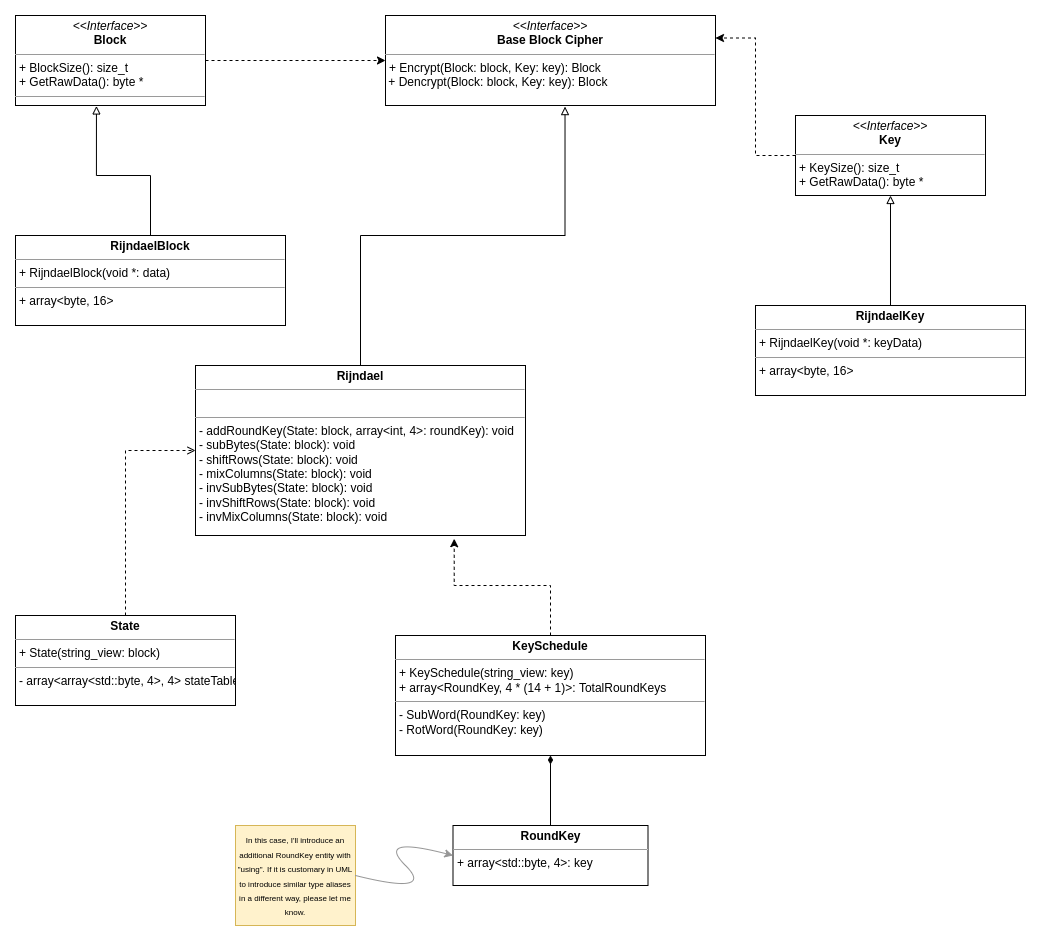
Before: arch/AES_UML.png, a diagram exported from draw.io (dunaitseva/AES). Source tidied: cells renumbered, new cells last; positions are measured from the earlier drawing's top-left corner, leaving out a move shared by most shapes.
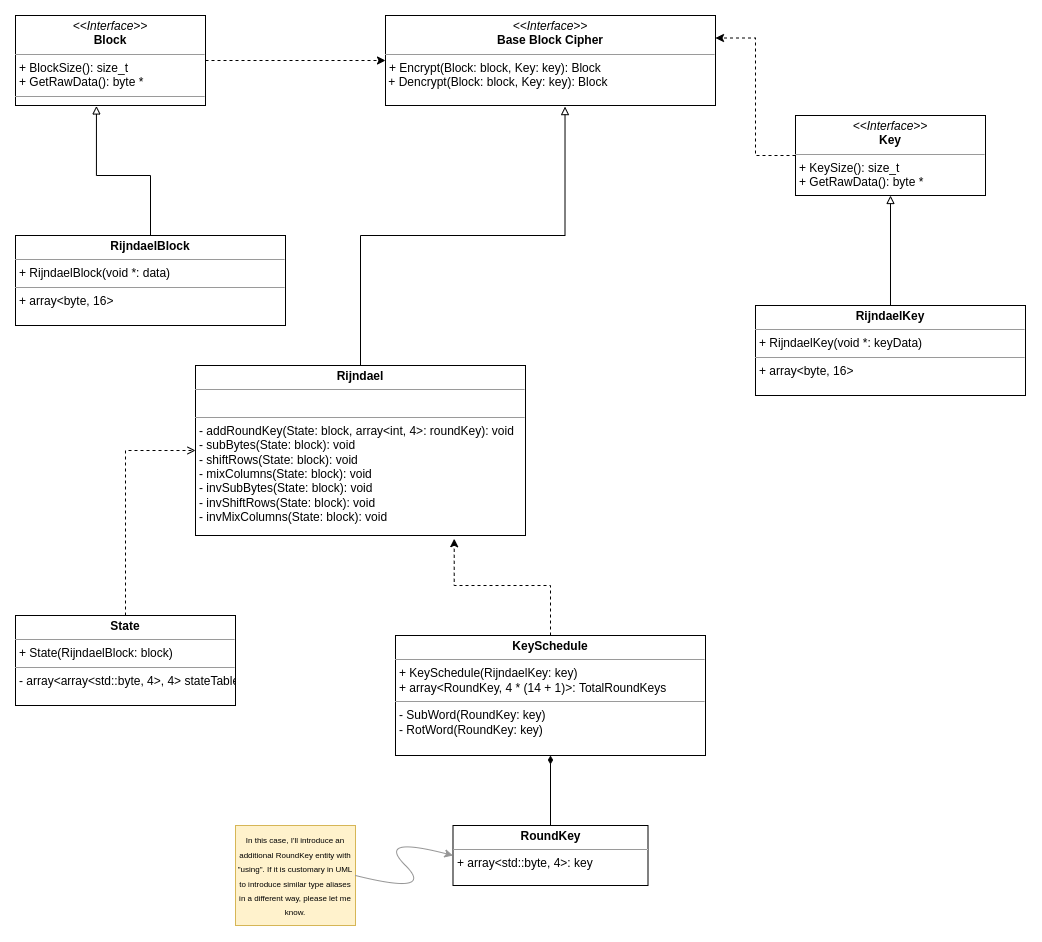
Above is the later version.

Commit message:
Fixed mistakes on UML

Diff of the diagram source:
```diff
@@ -14,13 +14,13 @@
     <mxCell id="5" style="edgeStyle=orthogonalEdgeStyle;rounded=0;jettySize=auto;html=1;entryX=0;entryY=0.5;entryDx=0;entryDy=0;endArrow=open;endFill=0;dashed=1;" parent="1" edge="1" source="6" target="4">
       <mxGeometry relative="1" as="geometry" />
     </mxCell>
-    <mxCell id="6" value="&lt;p style=&quot;margin: 0px ; margin-top: 4px ; text-align: center&quot;&gt;&lt;b&gt;State&lt;/b&gt;&lt;/p&gt;&lt;hr size=&quot;1&quot;&gt;&lt;p style=&quot;margin: 0px ; margin-left: 4px&quot;&gt;+ State(string_view: block)&lt;/p&gt;&lt;hr size=&quot;1&quot;&gt;&lt;p style=&quot;margin: 0px ; margin-left: 4px&quot;&gt;- array&amp;lt;array&amp;lt;std::byte, 4&amp;gt;, 4&amp;gt; stateTable&lt;/p&gt;" style="verticalAlign=top;align=left;overflow=fill;fontSize=12;fontFamily=Helvetica;html=1;" parent="1" vertex="1">
+    <mxCell id="6" value="&lt;p style=&quot;margin: 0px ; margin-top: 4px ; text-align: center&quot;&gt;&lt;b&gt;State&lt;/b&gt;&lt;/p&gt;&lt;hr size=&quot;1&quot;&gt;&lt;p style=&quot;margin: 0px ; margin-left: 4px&quot;&gt;+ State(RijndaelBlock: block)&lt;/p&gt;&lt;hr size=&quot;1&quot;&gt;&lt;p style=&quot;margin: 0px ; margin-left: 4px&quot;&gt;- array&amp;lt;array&amp;lt;std::byte, 4&amp;gt;, 4&amp;gt; stateTable&lt;/p&gt;" style="verticalAlign=top;align=left;overflow=fill;fontSize=12;fontFamily=Helvetica;html=1;" parent="1" vertex="1">
       <mxGeometry y="600" width="220" height="90" as="geometry" />
     </mxCell>
     <mxCell id="7" style="edgeStyle=orthogonalEdgeStyle;rounded=0;jettySize=auto;html=1;entryX=0.784;entryY=1.019;entryDx=0;entryDy=0;entryPerimeter=0;endArrow=classic;endFill=1;strokeColor=#000000;dashed=1;" parent="1" edge="1" source="8" target="4">
       <mxGeometry relative="1" as="geometry" />
     </mxCell>
-    <mxCell id="8" value="&lt;p style=&quot;margin: 0px ; margin-top: 4px ; text-align: center&quot;&gt;&lt;b&gt;KeySchedule&lt;/b&gt;&lt;/p&gt;&lt;hr size=&quot;1&quot;&gt;&lt;p style=&quot;margin: 0px ; margin-left: 4px&quot;&gt;&lt;span&gt;+ KeySchedule(string_view: key)&lt;/span&gt;&lt;br&gt;&lt;/p&gt;&lt;p style=&quot;margin: 0px ; margin-left: 4px&quot;&gt;+ array&amp;lt;RoundKey, 4 * (14 + 1)&amp;gt;: TotalRoundKeys&lt;span&gt;&lt;br&gt;&lt;/span&gt;&lt;/p&gt;&lt;hr size=&quot;1&quot;&gt;&lt;p style=&quot;margin: 0px ; margin-left: 4px&quot;&gt;- SubWord(RoundKey: key)&lt;/p&gt;&lt;p style=&quot;margin: 0px ; margin-left: 4px&quot;&gt;- RotWord(RoundKey: key)&lt;/p&gt;" style="verticalAlign=top;align=left;overflow=fill;fontSize=12;fontFamily=Helvetica;html=1;" parent="1" vertex="1">
+    <mxCell id="8" value="&lt;p style=&quot;margin: 0px ; margin-top: 4px ; text-align: center&quot;&gt;&lt;b&gt;KeySchedule&lt;/b&gt;&lt;/p&gt;&lt;hr size=&quot;1&quot;&gt;&lt;p style=&quot;margin: 0px ; margin-left: 4px&quot;&gt;&lt;span&gt;+ KeySchedule(&lt;/span&gt;RijndaelKey&lt;span&gt;: key)&lt;/span&gt;&lt;br&gt;&lt;/p&gt;&lt;p style=&quot;margin: 0px ; margin-left: 4px&quot;&gt;+ array&amp;lt;RoundKey, 4 * (14 + 1)&amp;gt;: TotalRoundKeys&lt;span&gt;&lt;br&gt;&lt;/span&gt;&lt;/p&gt;&lt;hr size=&quot;1&quot;&gt;&lt;p style=&quot;margin: 0px ; margin-left: 4px&quot;&gt;- SubWord(RoundKey: key)&lt;/p&gt;&lt;p style=&quot;margin: 0px ; margin-left: 4px&quot;&gt;- RotWord(RoundKey: key)&lt;/p&gt;" style="verticalAlign=top;align=left;overflow=fill;fontSize=12;fontFamily=Helvetica;html=1;" parent="1" vertex="1">
       <mxGeometry x="380" y="620" width="310" height="120" as="geometry" />
     </mxCell>
     <mxCell id="9" style="edgeStyle=orthogonalEdgeStyle;rounded=0;jettySize=auto;html=1;exitX=0.5;exitY=0;exitDx=0;exitDy=0;endArrow=diamondThin;endFill=1;" parent="1" edge="1" source="10" target="8">
```
